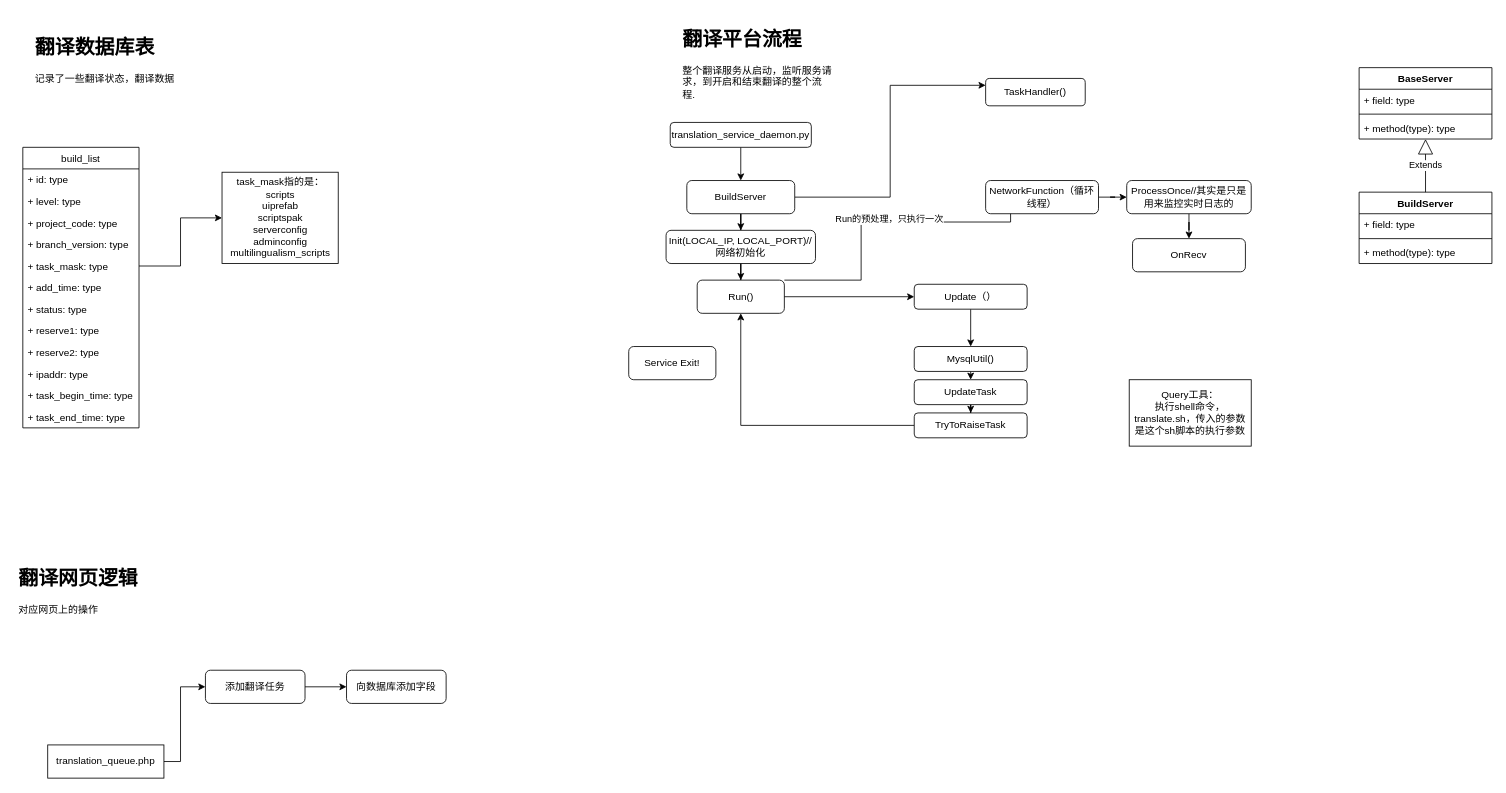
This is Translation.drawio from gatzai/DrawioStorage, a draw.io file, before an edit. Source tidied: cells renumbered, new cells numbered last; positions are measured from the earlier drawing's top-left corner, leaving out a move shared by most shapes. Both pictures are drawn from the tidied source at 83%, with x=0, y=0 at pixel (14, 22).
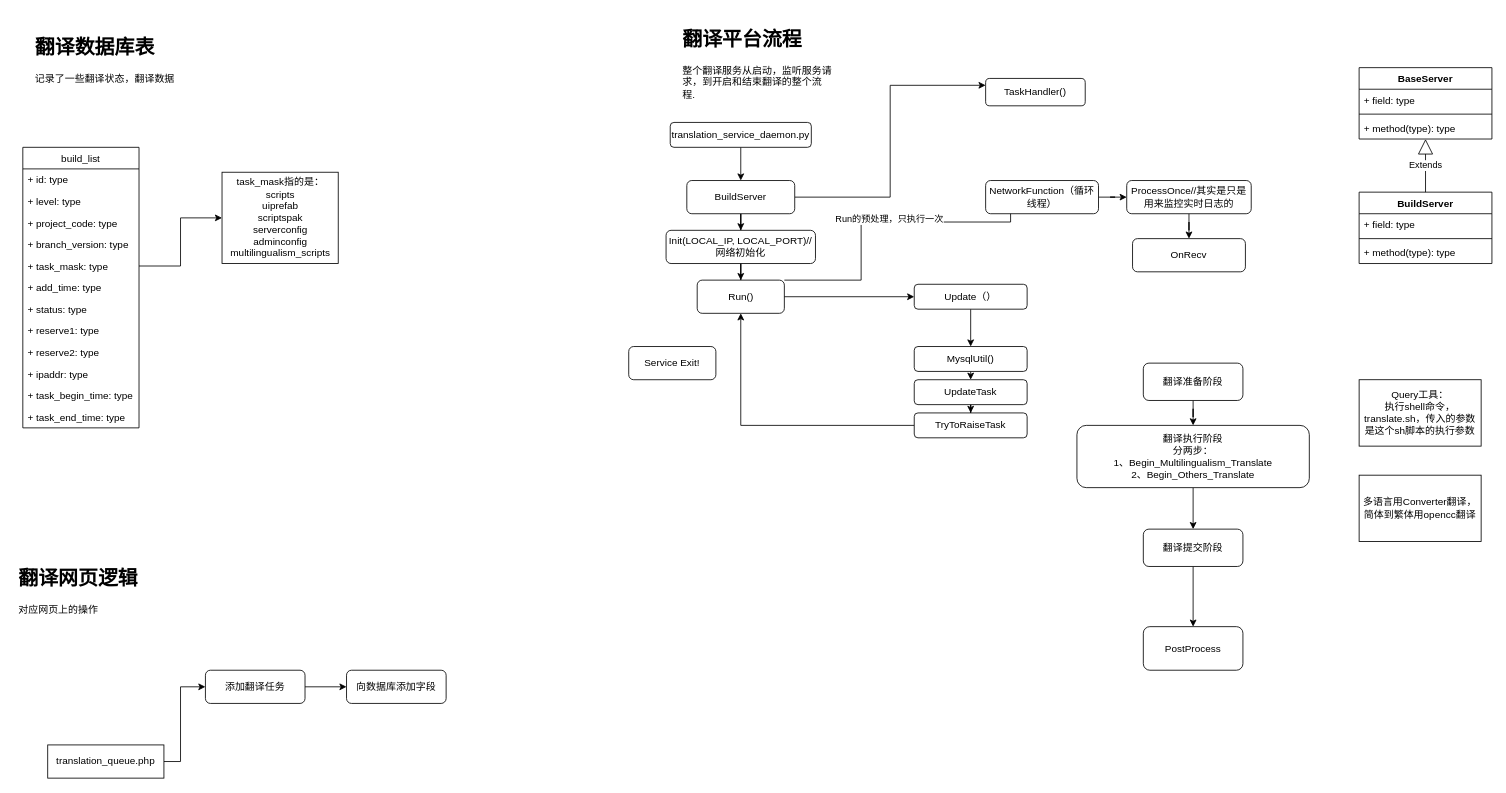
The same page after the edit.

The edit, as a diff of the source:
```diff
@@
     <mxCell id="60" value="Query工具：&lt;br&gt;执行shell命令，translate.sh，传入的参数是这个sh脚本的执行参数" style="rounded=0;whiteSpace=wrap;html=1;" parent="1" vertex="1">
-      <mxGeometry x="1343" y="430" width="147" height="80" as="geometry" />
+      <mxGeometry x="1620" y="430" width="147" height="80" as="geometry" />
     </mxCell>
+    <mxCell id="61" style="edgeStyle=orthogonalEdgeStyle;rounded=0;jettySize=auto;html=1;" parent="1" edge="1" source="62" target="64">
+      <mxGeometry relative="1" as="geometry" />
+    </mxCell>
+    <mxCell id="62" value="翻译准备阶段" style="rounded=1;whiteSpace=wrap;html=1;" parent="1" vertex="1">
+      <mxGeometry x="1360" y="410" width="120" height="45" as="geometry" />
+    </mxCell>
+    <mxCell id="63" style="edgeStyle=orthogonalEdgeStyle;rounded=0;jettySize=auto;html=1;" parent="1" edge="1" source="64" target="66">
+      <mxGeometry relative="1" as="geometry" />
+    </mxCell>
+    <mxCell id="64" value="翻译执行阶段&lt;br&gt;分两步：&lt;br&gt;1、Begin_Multilingualism_Translate&lt;br&gt;2、Begin_Others_Translate" style="rounded=1;whiteSpace=wrap;html=1;" parent="1" vertex="1">
+      <mxGeometry x="1280" y="485" width="280" height="75" as="geometry" />
+    </mxCell>
+    <mxCell id="65" style="edgeStyle=orthogonalEdgeStyle;rounded=0;jettySize=auto;html=1;" parent="1" edge="1" source="66" target="67">
+      <mxGeometry relative="1" as="geometry" />
+    </mxCell>
+    <mxCell id="66" value="翻译提交阶段" style="rounded=1;whiteSpace=wrap;html=1;" parent="1" vertex="1">
+      <mxGeometry x="1360" y="610" width="120" height="45" as="geometry" />
+    </mxCell>
+    <mxCell id="67" value="PostProcess" style="whiteSpace=wrap;html=1;rounded=1;" parent="1" vertex="1">
+      <mxGeometry x="1360" y="727.5" width="120" height="52.5" as="geometry" />
+    </mxCell>
+    <mxCell id="68" value="多语言用Converter翻译，&lt;br&gt;简体到繁体用opencc翻译" style="rounded=0;whiteSpace=wrap;html=1;" parent="1" vertex="1">
+      <mxGeometry x="1620" y="545" width="147" height="80" as="geometry" />
+    </mxCell>
```
